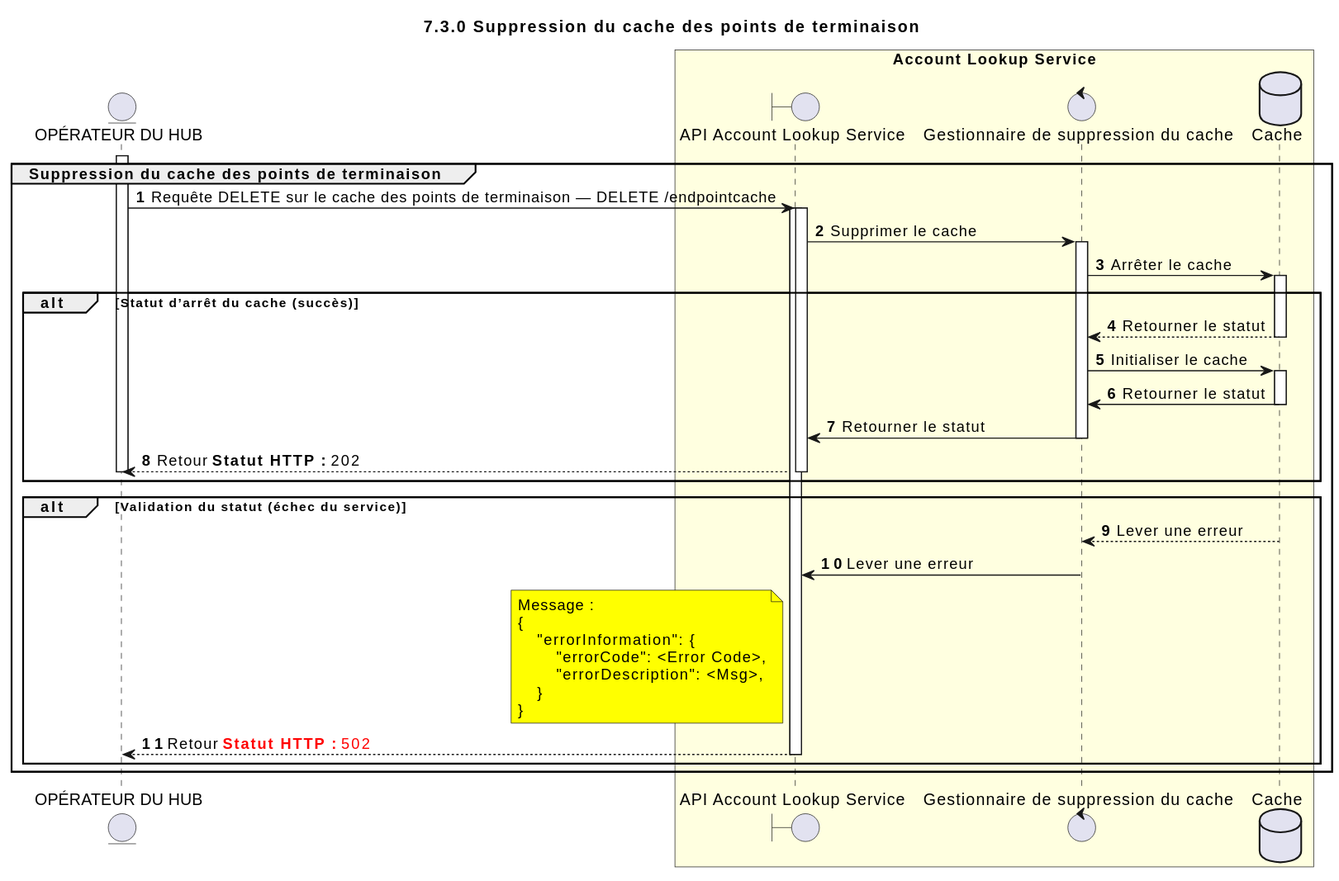
mojaloop/documentation keeps this PlantUML diagram as docs/fr/technical/technical/account-lookup-service/assets/diagrams/sequence/seq-acct-lookup-del-endpoint-cache-7.3.0.svg. Above is the earlier version. Its source is kept beside it as docs/fr/technical/technical/account-lookup-service/assets/diagrams/sequence/seq-acct-lookup-del-endpoint-cache-7.3.0.puml.
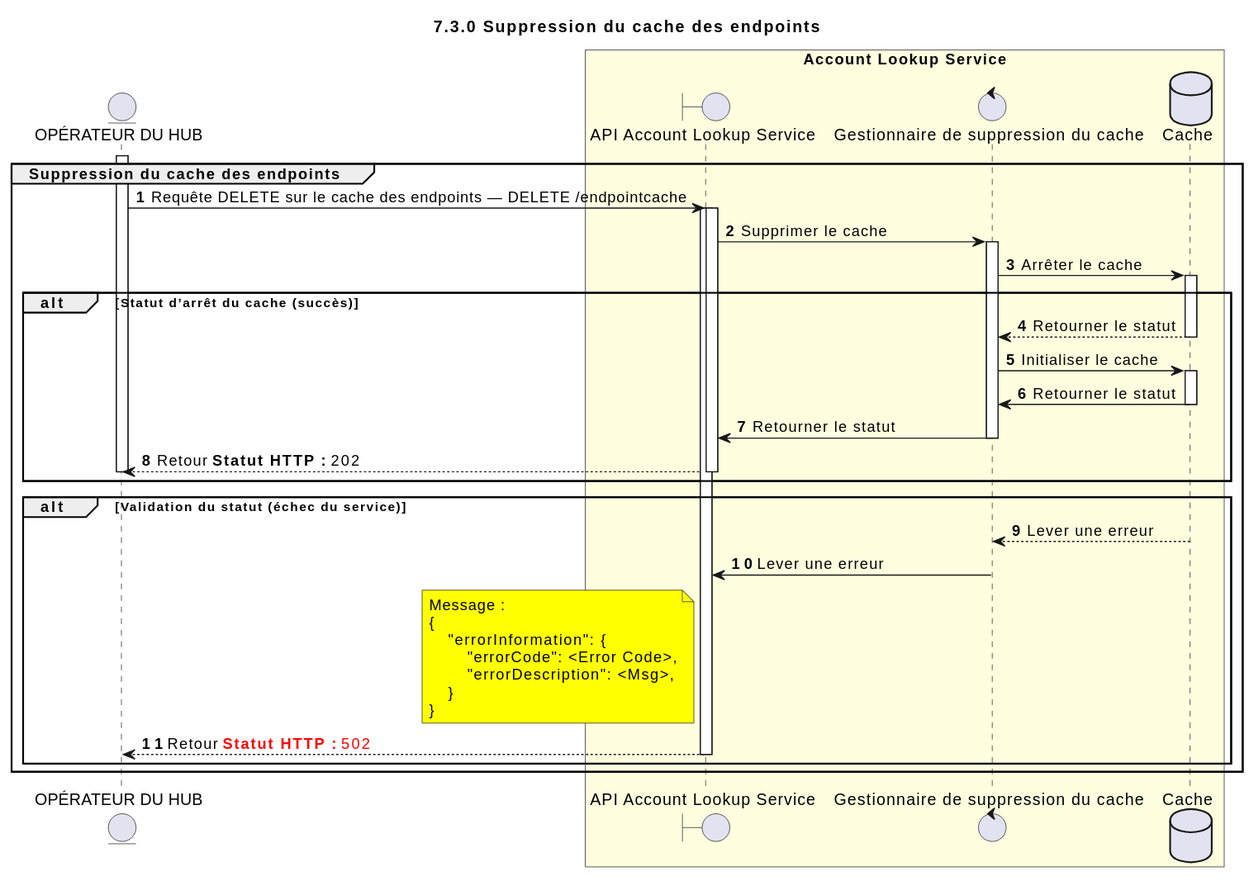
Later version of the same file.

Change to the diagram source:
```diff
@@ -1,5 +1,5 @@
 @startuml
-title 7.3.0 Suppression du cache des points de terminaison
+title 7.3.0 Suppression du cache des endpoints
 
 autonumber
 
@@ -18,8 +18,8 @@
 
 
 activate OPERATOR
-group Suppression du cache des points de terminaison
-  OPERATOR -> ALSAPI: Requête DELETE sur le cache des points de terminaison — DELETE /endpointcache
+group Suppression du cache des endpoints
+  OPERATOR -> ALSAPI: Requête DELETE sur le cache des endpoints — DELETE /endpointcache
   activate ALSAPI
   activate ALSAPI
 
```
